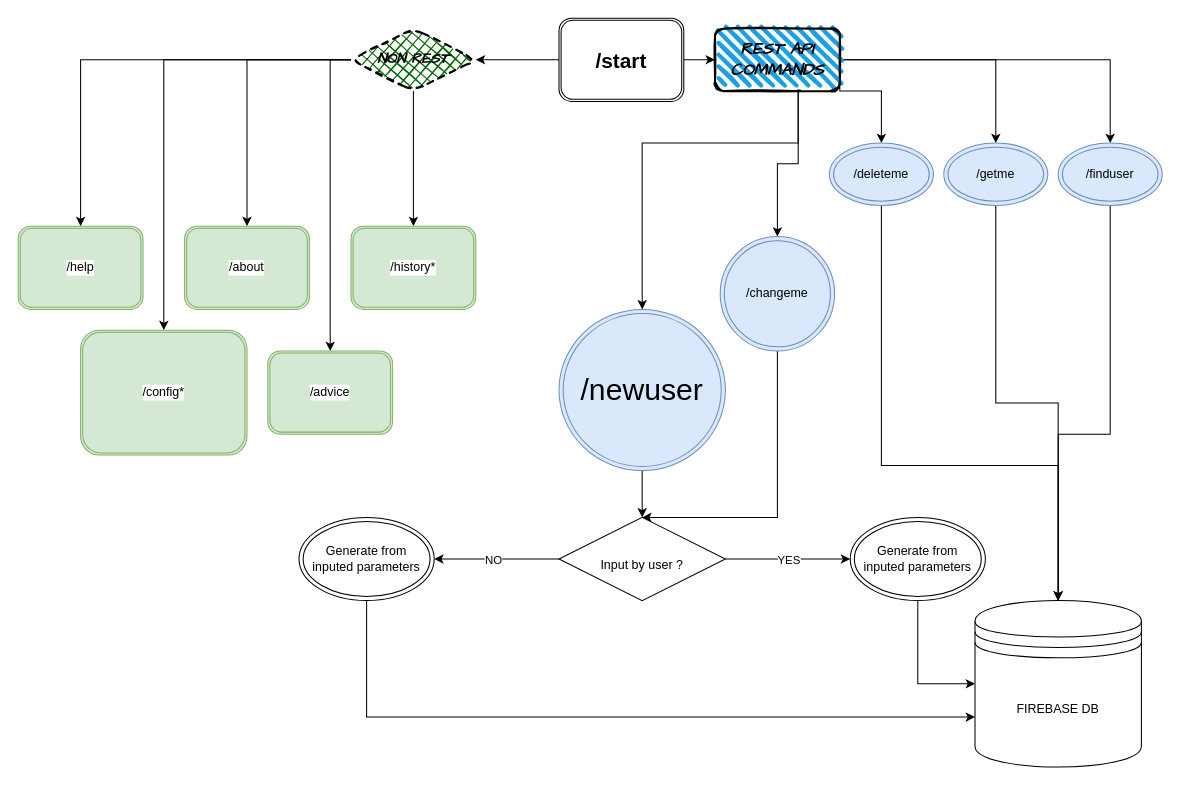
This is DialogTree.drawio from unhugly/Parameter_Telegram_bot, a draw.io file, before an edit. Source tidied: cells renumbered, new cells numbered last; positions are measured from the earlier drawing's top-left corner, leaving out a move shared by most shapes. Both pictures are drawn from the tidied source at 104%, with x=0, y=0 at pixel (18, 18).
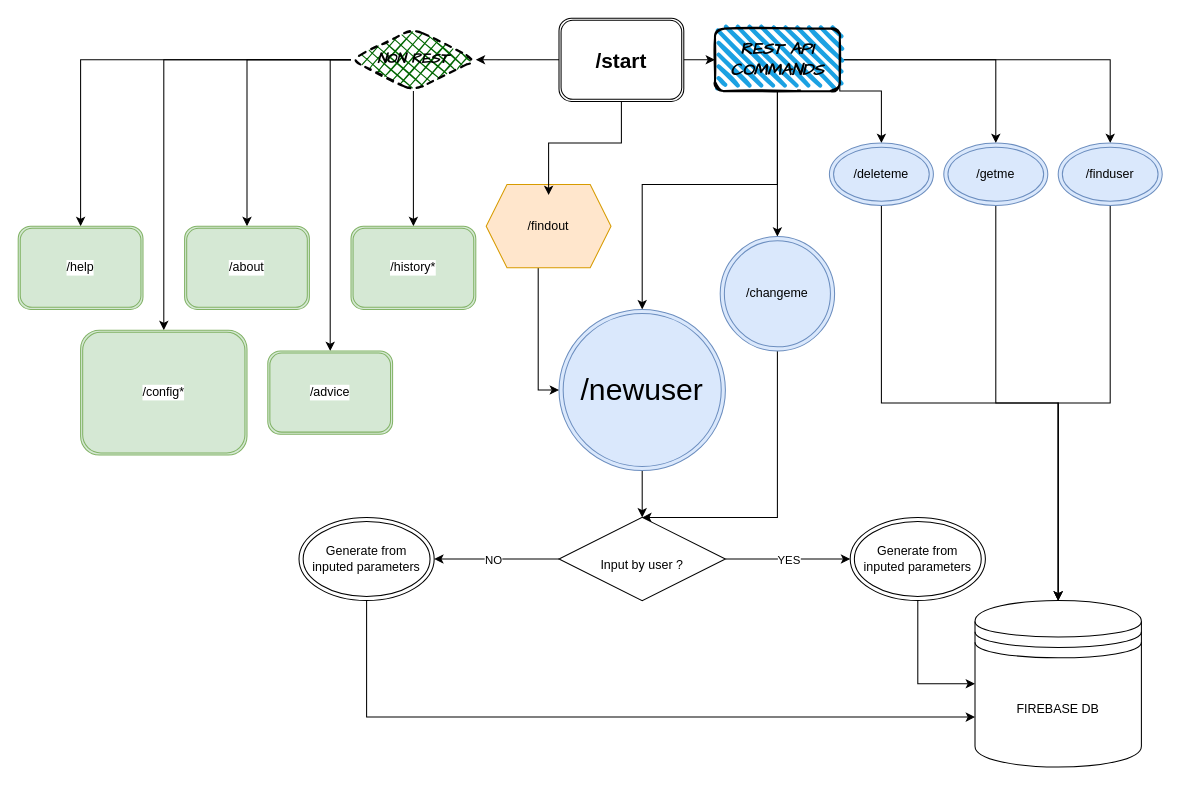
The same page after the edit.

Commit message:
Команда /findout добавлена в диаграмму

Unchanged cells that the change refers to:
```xml
<mxCell id="9" value="&lt;b&gt;&lt;font style=&quot;font-size: 20px;&quot;&gt;/start&lt;/font&gt;&lt;/b&gt;" style="shape=ext;double=1;rounded=1;whiteSpace=wrap;html=1;" parent="1" vertex="1">
  <mxGeometry x="520" width="120" height="80" as="geometry" />
</mxCell>
<mxCell id="20" value="&lt;b&gt;&lt;font face=&quot;Comic Sans MS&quot; style=&quot;font-size: 16px;&quot;&gt;&lt;i&gt;REST API COMMANDS&lt;/i&gt;&lt;/font&gt;&lt;/b&gt;" style="rounded=1;whiteSpace=wrap;html=1;strokeWidth=2;fillWeight=4;hachureGap=8;hachureAngle=45;fillColor=#1ba1e2;sketch=1;" parent="1" vertex="1">
  <mxGeometry x="670" y="10" width="120" height="60" as="geometry" />
</mxCell>
<mxCell id="23" value="/newuser" style="ellipse;shape=doubleEllipse;whiteSpace=wrap;html=1;fillColor=#dae8fc;strokeColor=#6c8ebf;fontSize=29;" parent="1" vertex="1">
  <mxGeometry x="520" y="280" width="160" height="155" as="geometry" />
</mxCell>
<mxCell id="27" value="/changeme" style="ellipse;shape=doubleEllipse;whiteSpace=wrap;html=1;fillColor=#dae8fc;strokeColor=#6c8ebf;" parent="1" vertex="1">
  <mxGeometry x="675" y="210" width="110" height="110" as="geometry" />
</mxCell>
<mxCell id="29" value="/deleteme" style="ellipse;shape=doubleEllipse;whiteSpace=wrap;html=1;fillColor=#dae8fc;strokeColor=#6c8ebf;" parent="1" vertex="1">
  <mxGeometry x="780" y="120" width="100" height="60" as="geometry" />
</mxCell>
<mxCell id="31" value="/finduser" style="ellipse;shape=doubleEllipse;whiteSpace=wrap;html=1;fillColor=#dae8fc;strokeColor=#6c8ebf;" parent="1" vertex="1">
  <mxGeometry x="1000" y="120" width="100" height="60" as="geometry" />
</mxCell>
<mxCell id="37" value="FIREBASE DB" style="shape=datastore;whiteSpace=wrap;html=1;direction=east;" parent="1" vertex="1">
  <mxGeometry x="920" y="560" width="160" height="160" as="geometry" />
</mxCell>
```

Diff of the diagram source:
```diff
@@
     <mxCell id="15" style="edgeStyle=orthogonalEdgeStyle;rounded=0;jettySize=auto;html=1;" parent="1" edge="1" source="20" target="23">
       <mxGeometry relative="1" as="geometry">
         <Array as="points">
-          <mxPoint x="750" y="120" />
-          <mxPoint x="600" y="120" />
+          <mxPoint x="730" y="160" />
+          <mxPoint x="600" y="160" />
         </Array>
       </mxGeometry>
     </mxCell>
@@
     <mxCell id="17" style="edgeStyle=orthogonalEdgeStyle;rounded=0;jettySize=auto;html=1;entryX=0.5;entryY=0;entryDx=0;entryDy=0;exitX=0.658;exitY=0.983;exitDx=0;exitDy=0;exitPerimeter=0;" parent="1" edge="1" source="20" target="27">
       <mxGeometry relative="1" as="geometry">
         <Array as="points">
           <mxPoint x="752" y="69" />
           <mxPoint x="752" y="70" />
-          <mxPoint x="750" y="70" />
-          <mxPoint x="750" y="140" />
-          <mxPoint x="730" y="140" />
+          <mxPoint x="730" y="70" />
         </Array>
       </mxGeometry>
     </mxCell>
@@
     <mxCell id="28" style="edgeStyle=orthogonalEdgeStyle;rounded=0;jettySize=auto;html=1;entryX=0.5;entryY=0;entryDx=0;entryDy=0;exitX=0.5;exitY=1;exitDx=0;exitDy=0;" parent="1" edge="1" source="29" target="37">
       <mxGeometry relative="1" as="geometry">
         <Array as="points">
-          <mxPoint x="830" y="430" />
-          <mxPoint x="1000" y="430" />
+          <mxPoint x="830" y="370" />
+          <mxPoint x="1000" y="370" />
         </Array>
       </mxGeometry>
     </mxCell>
@@
     <mxCell id="30" style="edgeStyle=orthogonalEdgeStyle;rounded=0;jettySize=auto;html=1;exitX=0.5;exitY=1;exitDx=0;exitDy=0;" parent="1" edge="1" source="31">
       <mxGeometry relative="1" as="geometry">
         <mxPoint x="1000" y="560" as="targetPoint" />
         <Array as="points">
-          <mxPoint x="1050" y="400" />
-          <mxPoint x="1000" y="400" />
+          <mxPoint x="1050" y="370" />
+          <mxPoint x="1000" y="370" />
         </Array>
       </mxGeometry>
     </mxCell>
@@
+    <mxCell id="42" style="edgeStyle=orthogonalEdgeStyle;rounded=0;jettySize=auto;html=1;entryX=0;entryY=0.5;entryDx=0;entryDy=0;" parent="1" edge="1" source="43" target="23">
+      <mxGeometry relative="1" as="geometry">
+        <Array as="points">
+          <mxPoint x="500" y="358" />
+        </Array>
+      </mxGeometry>
+    </mxCell>
+    <mxCell id="43" value="/findout" style="shape=hexagon;perimeter=hexagonPerimeter2;whiteSpace=wrap;html=1;fixedSize=1;fillColor=#ffe6cc;strokeColor=#d79b00;" parent="1" vertex="1">
+      <mxGeometry x="450" y="160" width="120" height="80" as="geometry" />
+    </mxCell>
+    <mxCell id="44" style="edgeStyle=orthogonalEdgeStyle;rounded=0;jettySize=auto;html=1;entryX=0.5;entryY=0.125;entryDx=0;entryDy=0;entryPerimeter=0;" parent="1" edge="1" source="9" target="43">
+      <mxGeometry relative="1" as="geometry" />
+    </mxCell>
```
